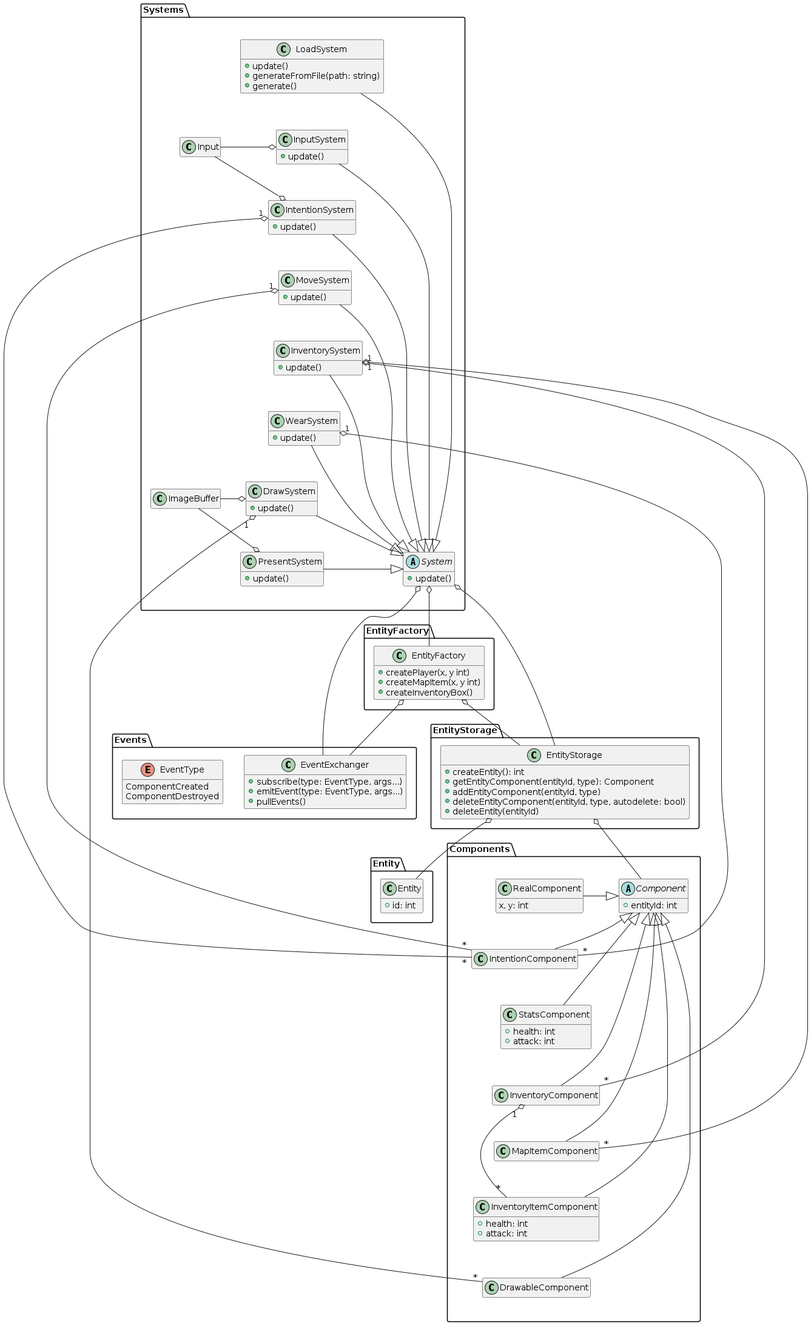
Before: docs/diagrams/class_diagram.png, a diagram exported from PlantUML (SoftwareArchitecture2022/roguelike).
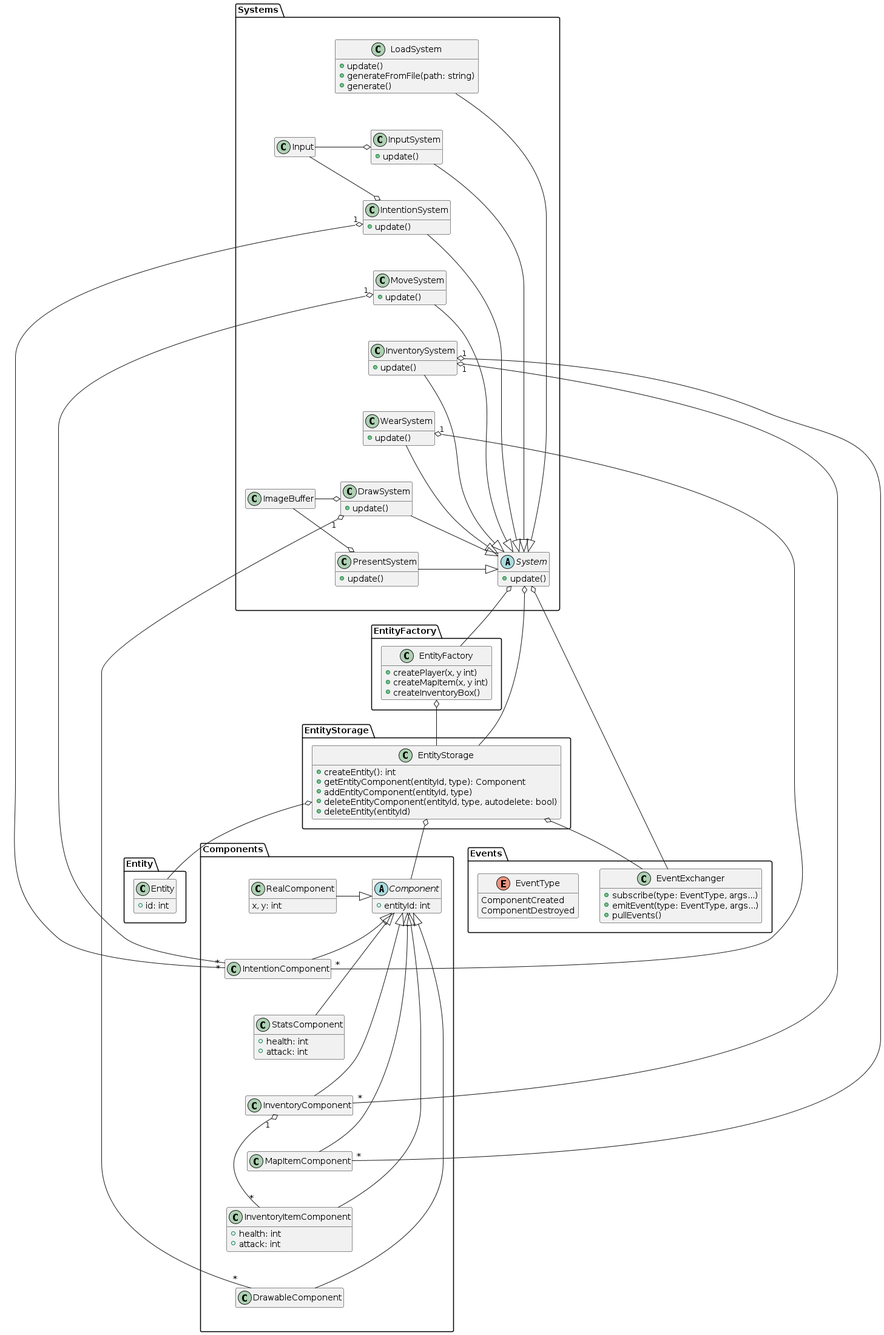
After the change.

Commit message:
Moved relation with event exchanger

The edit, as a diff of the source:
```diff
@@ -173,6 +173,6 @@
 System o-- EntityStorage
 System o-- EntityFactory
 EntityFactory o-- EntityStorage
-EntityFactory o-- EventExchanger
+EntityStorage o-- EventExchanger
 
 @enduml
```
